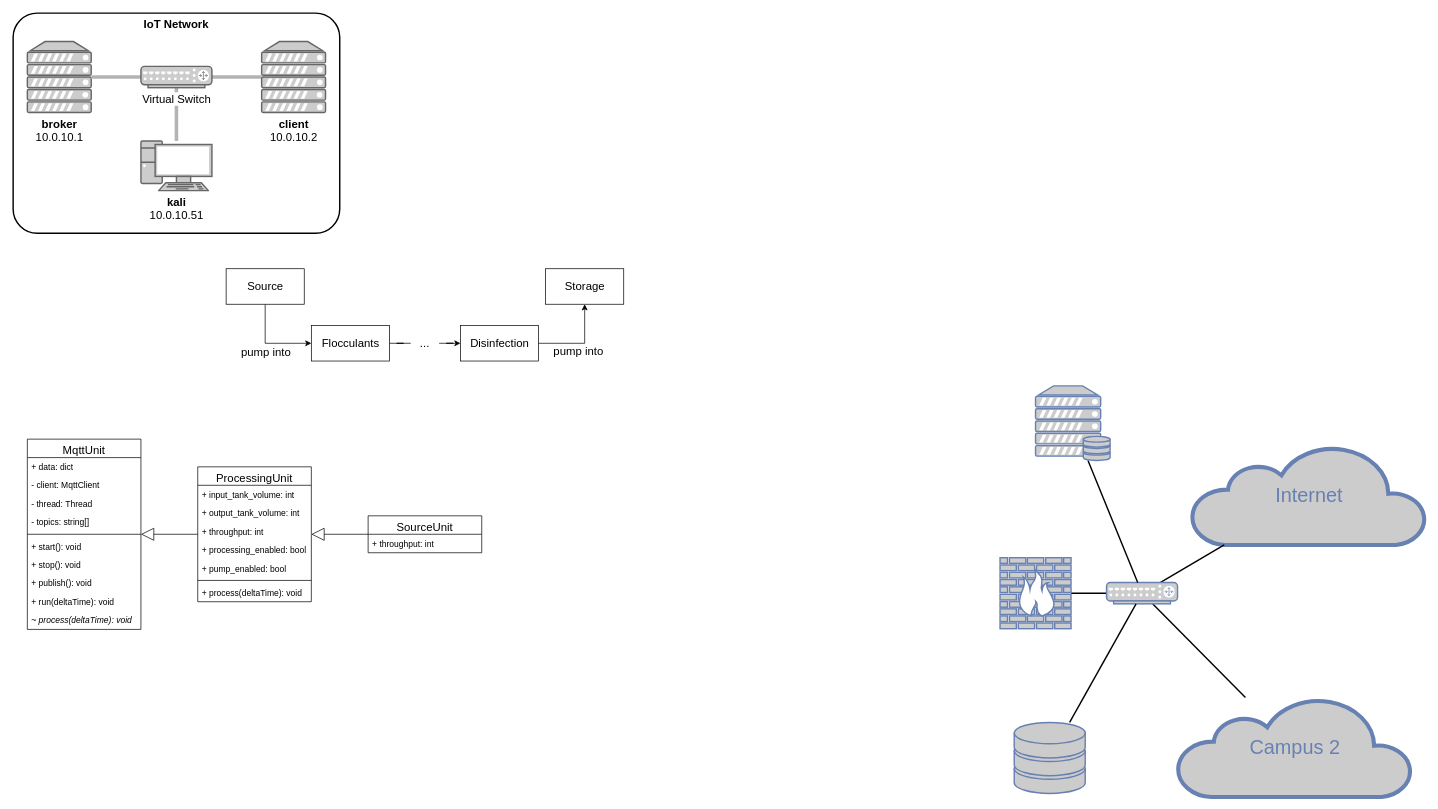
This is diagrams/Testbed.drawio from molatho/master-thesis, a draw.io file, before an edit. Source tidied: cells renumbered, new cells numbered last; positions are measured from the earlier drawing's top-left corner, leaving out a move shared by most shapes. Both pictures are drawn from the tidied source at 71%, with x=0, y=0 at pixel (13, 13).
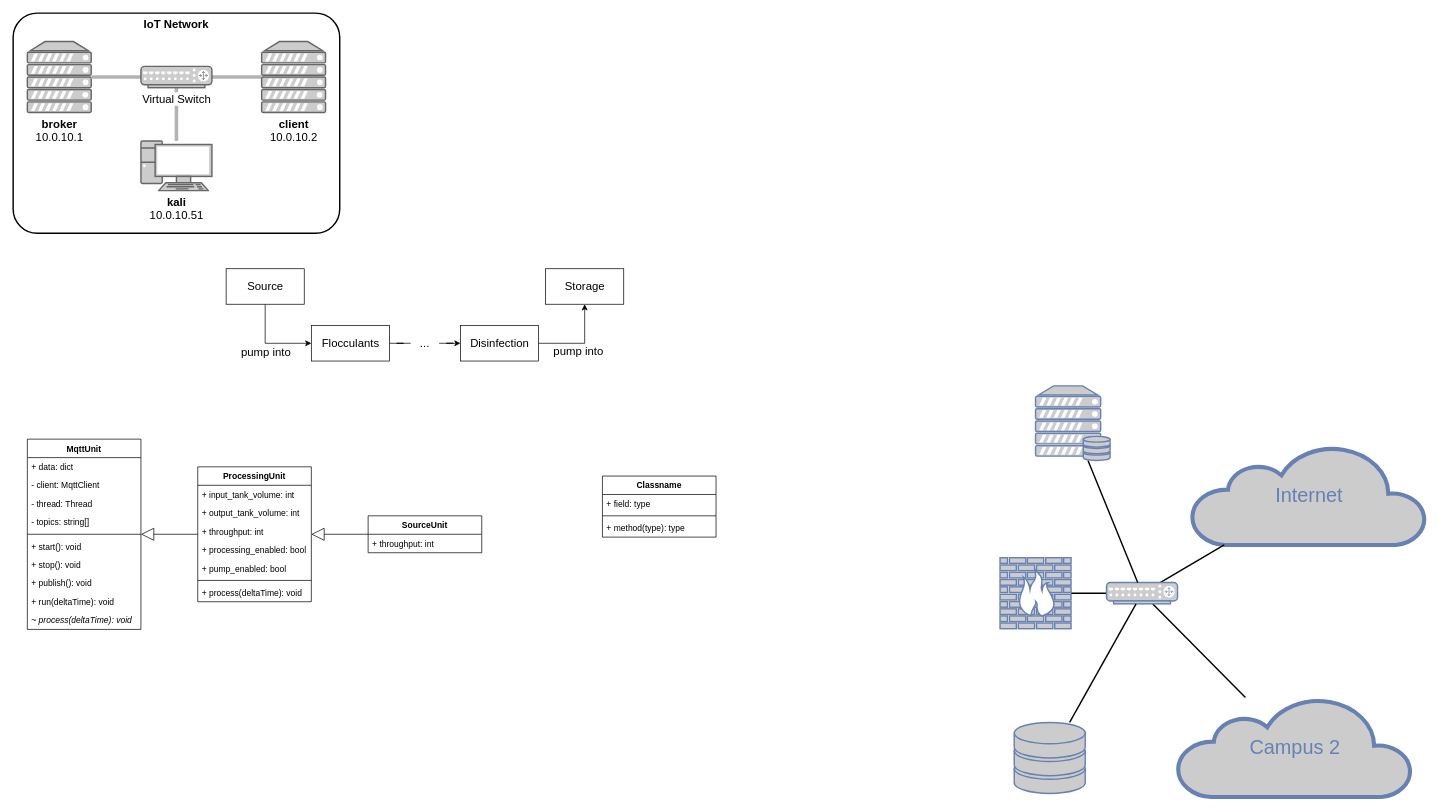
Above is the later version.

Diff of the diagram source:
```diff
@@
-    <mxCell id="32" value="MqttUnit" style="swimlane;fontStyle=0;align=center;verticalAlign=top;horizontal=1;startSize=26;labelBackgroundColor=none;strokeColor=#000000;fontFamily=Helvetica;fontSize=16;fontColor=#000000;" parent="1" vertex="1">
+    <mxCell id="32" value="MqttUnit" style="swimlane;fontStyle=1;align=center;verticalAlign=top;horizontal=1;startSize=26;labelBackgroundColor=none;strokeColor=#000000;fontFamily=Helvetica;fontSize=12;fontColor=#000000;" parent="1" vertex="1">
       <mxGeometry x="20" y="600" width="160" height="268" as="geometry" />
     </mxCell>
@@
-    <mxCell id="43" value="ProcessingUnit" style="swimlane;fontStyle=0;align=center;verticalAlign=top;horizontal=1;startSize=26;labelBackgroundColor=none;strokeColor=#000000;fontFamily=Helvetica;fontSize=16;fontColor=#000000;" parent="1" vertex="1">
+    <mxCell id="43" value="ProcessingUnit" style="swimlane;fontStyle=1;align=center;verticalAlign=top;horizontal=1;startSize=26;labelBackgroundColor=none;strokeColor=#000000;fontFamily=Helvetica;fontSize=12;fontColor=#000000;" parent="1" vertex="1">
       <mxGeometry x="260" y="639" width="160" height="190" as="geometry" />
     </mxCell>
@@
-    <mxCell id="52" value="SourceUnit" style="swimlane;fontStyle=0;align=center;verticalAlign=top;horizontal=1;startSize=26;labelBackgroundColor=none;strokeColor=#000000;fontFamily=Helvetica;fontSize=16;fontColor=#000000;" parent="1" vertex="1">
+    <mxCell id="52" value="SourceUnit" style="swimlane;fontStyle=1;align=center;verticalAlign=top;horizontal=1;startSize=26;labelBackgroundColor=none;strokeColor=#000000;fontFamily=Helvetica;fontSize=12;fontColor=#000000;" parent="1" vertex="1">
       <mxGeometry x="500" y="708" width="160" height="52" as="geometry" />
     </mxCell>
@@
+    <mxCell id="55" value="Classname" style="swimlane;fontStyle=1;align=center;verticalAlign=top;horizontal=1;startSize=26;" parent="1" vertex="1">
+      <mxGeometry x="830" y="652" width="160" height="86" as="geometry" />
+    </mxCell>
+    <mxCell id="56" value="+ field: type" style="text;strokeColor=none;fillColor=none;align=left;verticalAlign=top;spacingLeft=4;spacingRight=4;overflow=hidden;" parent="55" vertex="1">
+      <mxGeometry y="26" width="160" height="26" as="geometry" />
+    </mxCell>
+    <mxCell id="57" style="line;strokeWidth=1;fillColor=none;align=left;verticalAlign=middle;spacingTop=-1;spacingLeft=3;spacingRight=3;labelPosition=right;" parent="55" vertex="1">
+      <mxGeometry y="52" width="160" height="8" as="geometry" />
+    </mxCell>
+    <mxCell id="58" value="+ method(type): type" style="text;strokeColor=none;fillColor=none;align=left;verticalAlign=top;spacingLeft=4;spacingRight=4;overflow=hidden;" parent="55" vertex="1">
+      <mxGeometry y="60" width="160" height="26" as="geometry" />
+    </mxCell>
```
